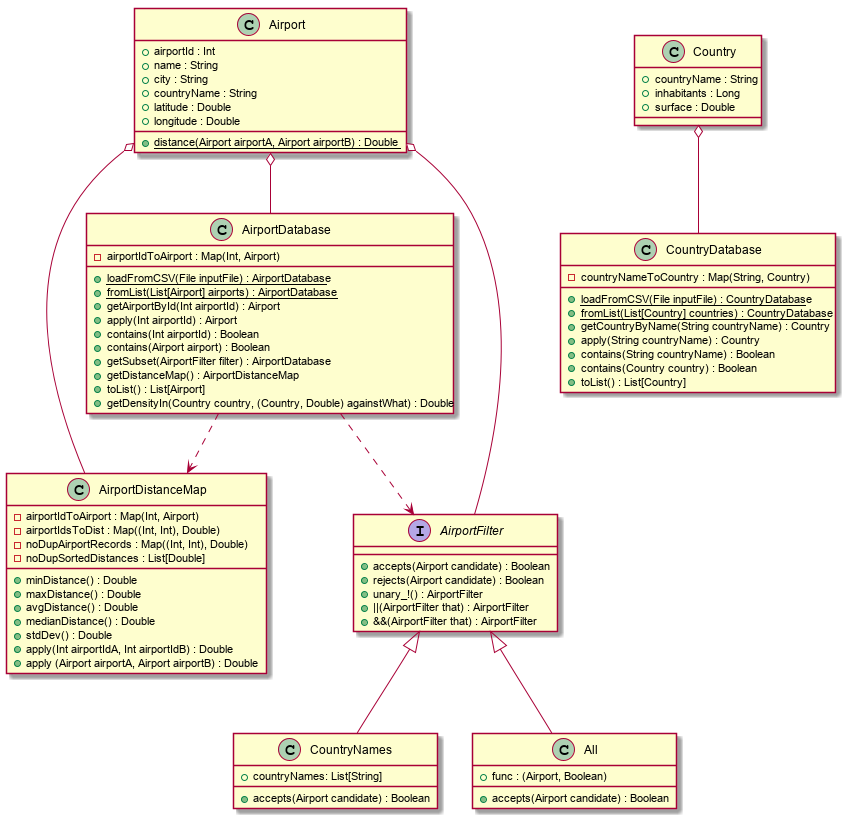
Above: resources/Diagramme_De_Classe.png in pBouillon/OpenFlightStatistics (PlantUML), before the change.
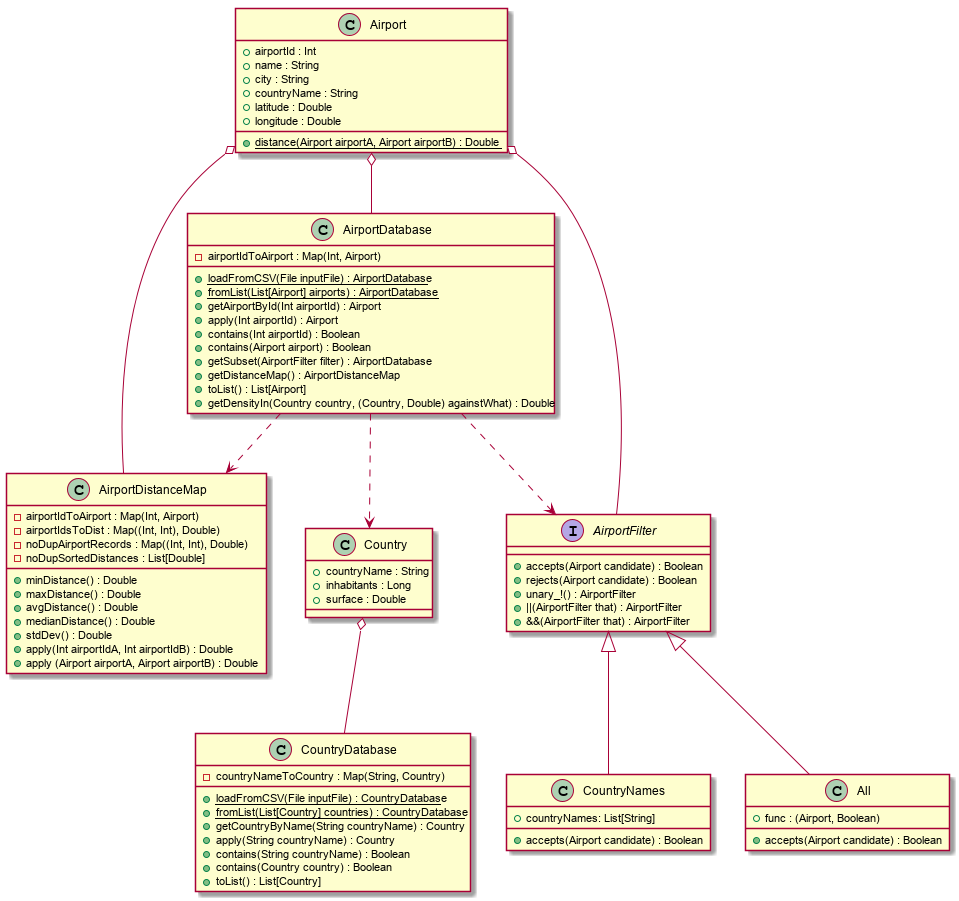
Above is the later version.

Commit message:
Ajout d'un lien entre country et airportdatabase

Diff of the diagram source:
```diff
@@ -80,6 +80,7 @@
 Airport o-- AirportDistanceMap
 AirportDatabase ..> AirportDistanceMap
 AirportDatabase ..> AirportFilter
+AirportDatabase ..> Country
 
 Country o-- CountryDatabase
 Airport o-- AirportFilter
```
